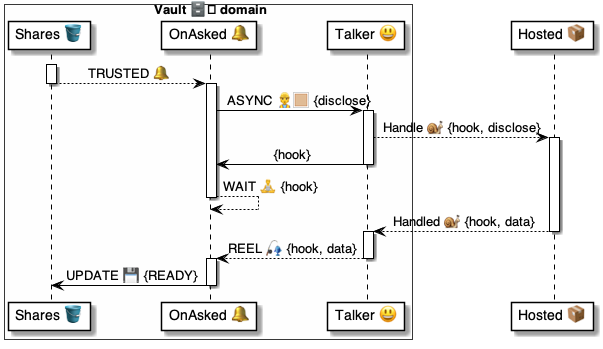
The PlantUML diagram 4 ⚙️ Solution/41 🎭 Domain Roles/Vaults 🗄️/🗄️🪣 Vault tables/Shares 💼 table/🪣🔔 2 Trusted/🗄️ OnShareTrusted ⚙️ uml.png in pollyweb-org/pollyweb-docs, before a commit. Its source is kept beside it as 4 ⚙️ Solution/41 🎭 Domain Roles/Vaults 🗄️/🗄️🪣 Vault tables/Shares 💼 table/🪣🔔 2 Trusted/🗄️ OnShareTrusted ⚙️ uml.puml. Its diagram source:
```plantuml
@startuml OnShareTrusted


box Vault 🗄️ domain #FFFFFA
    participant "Shares 🪣" as shares
    participant "OnAsked 🔔" as asked
    participant "Talker 😃" as talker
end box

participant "Hosted 📦" as hosted



activate shares
    shares --> asked: TRUSTED 🔔
deactivate shares

activate asked
    asked -> talker: ASYNC 👷🏼 {disclose}

activate talker
    talker --> hosted: Handle 🐌 {hook, disclose}
activate hosted
    talker -> asked: {hook}
deactivate talker
    asked --> asked: WAIT 🧘 {hook}
deactivate asked

    hosted --> talker: Handled 🐌 {hook, data}
deactivate hosted

activate talker
    talker --> asked: REEL 🎣 {hook, data}
deactivate talker

activate asked
    asked -> shares: UPDATE 💾 {READY}
deactivate asked

@enduml
```
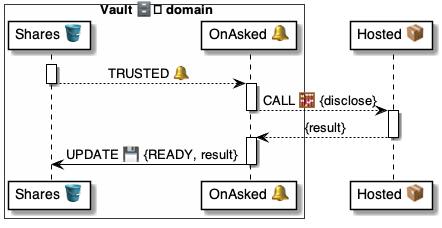
The same diagram one commit later.

The edit, as a diff of the source:
```diff
@@ -4,7 +4,6 @@
 box Vault 🗄️ domain #FFFFFA
     participant "Shares 🪣" as shares
     participant "OnAsked 🔔" as asked
-    participant "Talker 😃" as talker
 end box
 
 participant "Hosted 📦" as hosted
@@ -16,25 +15,15 @@
 deactivate shares
 
 activate asked
-    asked -> talker: ASYNC 👷🏼 {disclose}
-
-activate talker
-    talker --> hosted: Handle 🐌 {hook, disclose}
-activate hosted
-    talker -> asked: {hook}
-deactivate talker
-    asked --> asked: WAIT 🧘 {hook}
+    asked --> hosted: CALL 🧮 {disclose}
 deactivate asked
 
-    hosted --> talker: Handled 🐌 {hook, data}
+activate hosted
+    hosted --> asked: {result}
 deactivate hosted
 
-activate talker
-    talker --> asked: REEL 🎣 {hook, data}
-deactivate talker
-
 activate asked
-    asked -> shares: UPDATE 💾 {READY}
+    asked -> shares: UPDATE 💾 {READY, result}
 deactivate asked
 
 @enduml
```
